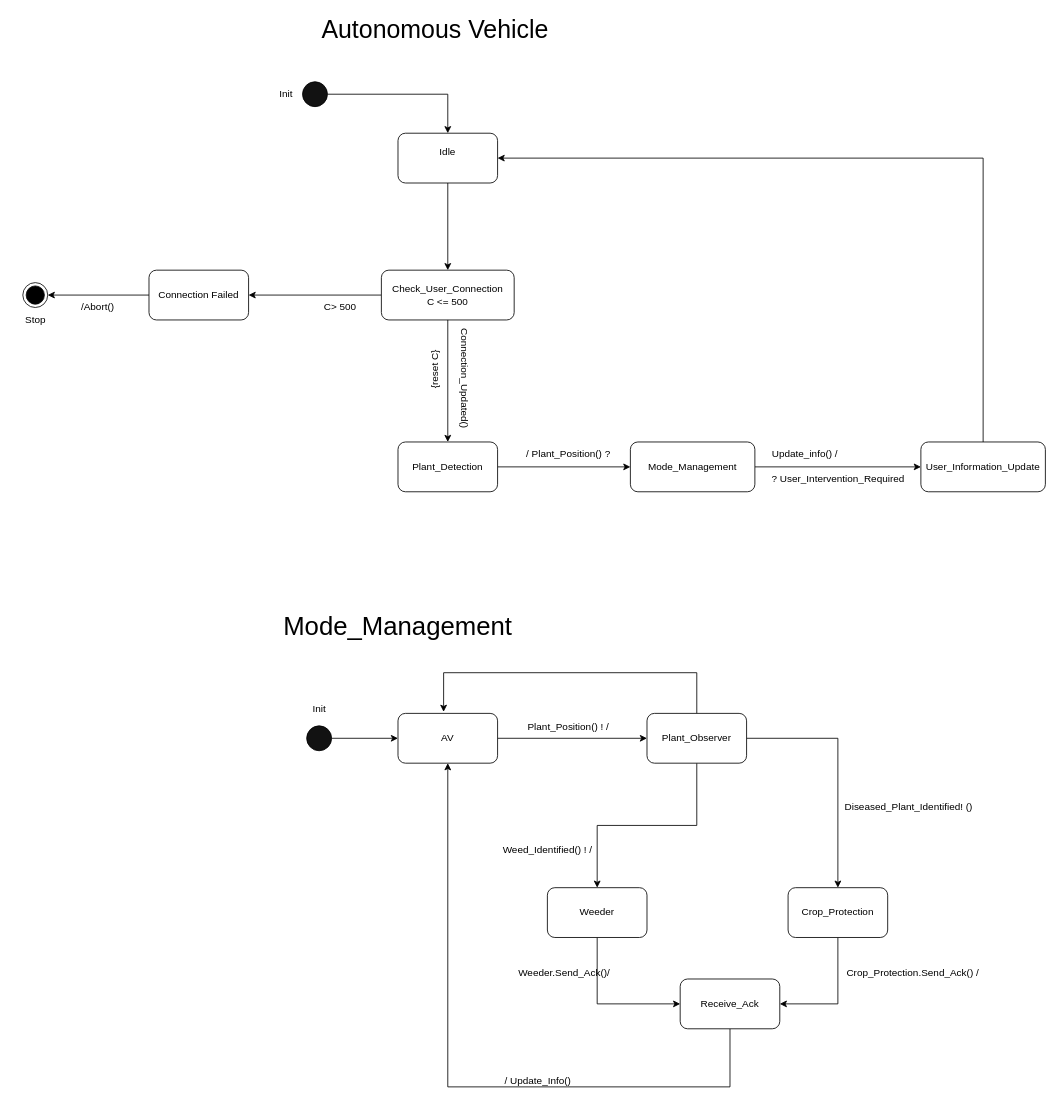
Before: Final_Project_Documents/MUML_Diagrams/Roles_AV.drawio in VibhaHippargi/SVDSH_Precision_Farming, a draw.io diagram. Source tidied: cells renumbered, new cells numbered last; positions are measured from the earlier drawing's top-left corner, leaving out a move shared by most shapes. Both pictures are drawn from the tidied source at 83%, with x=0, y=0 at pixel (14, 17).
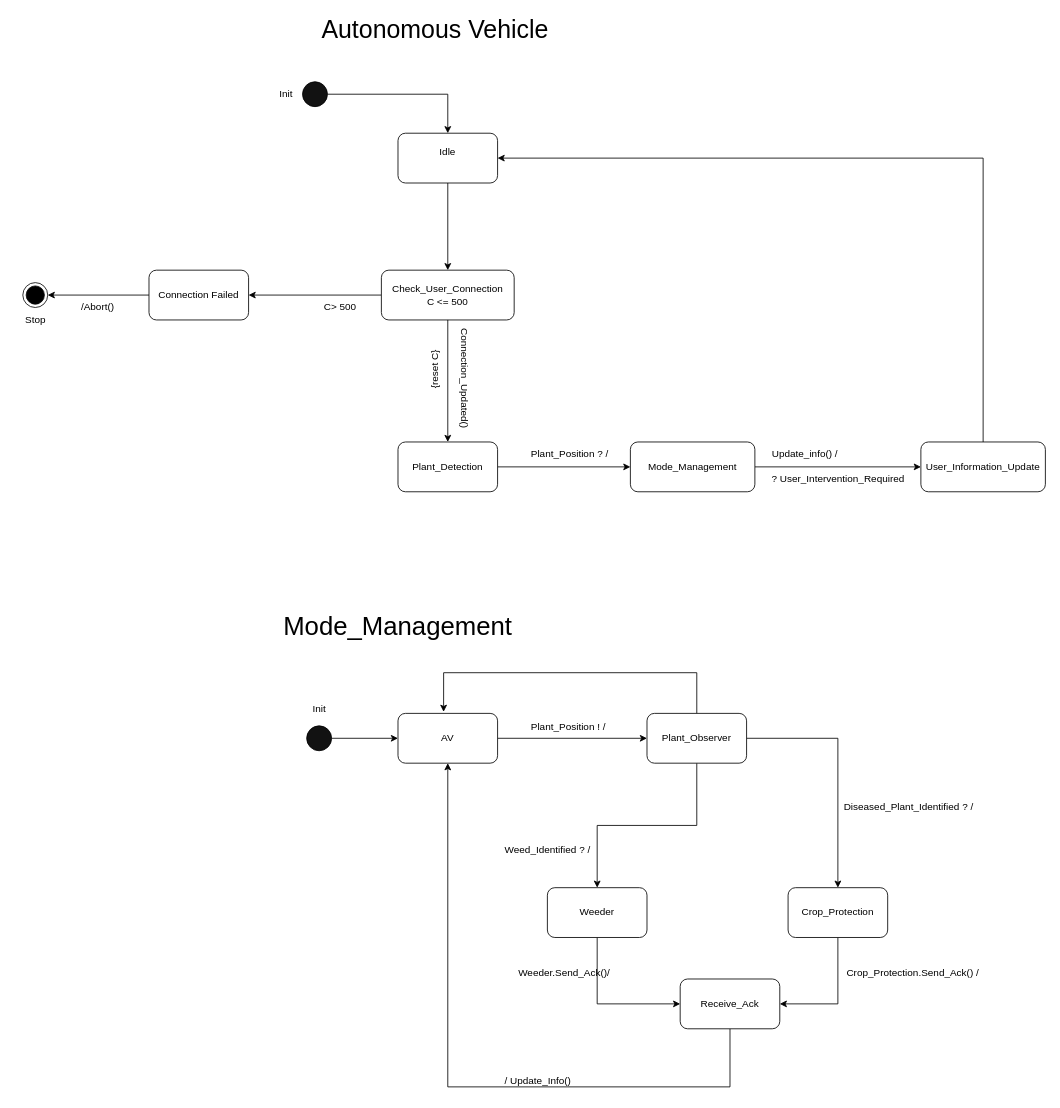
After the change.

The edit, as a diff of the source:
```diff
@@
-    <mxCell id="10" value="/ Plant_Position() ?" style="text;html=1;align=center;verticalAlign=middle;strokeColor=none;fillColor=none;" parent="1" vertex="1">
+    <mxCell id="10" value="&amp;nbsp;Plant_Position ? /" style="text;html=1;align=center;verticalAlign=middle;strokeColor=none;fillColor=none;" parent="1" vertex="1">
       <mxGeometry x="607" y="512" width="120" height="30" as="geometry" />
     </mxCell>
@@
-    <mxCell id="18" value="Plant_Position() ! /" style="text;html=1;align=center;verticalAlign=middle;strokeColor=none;fillColor=none;" parent="1" vertex="1">
-      <mxGeometry x="607" y="840" width="120" height="30" as="geometry" />
+    <mxCell id="18" value="Plant_Position ! /" style="text;html=1;align=center;verticalAlign=middle;strokeColor=none;fillColor=none;" parent="1" vertex="1">
+      <mxGeometry x="612" y="840" width="110" height="30" as="geometry" />
     </mxCell>
@@
-    <mxCell id="21" value="Weed_Identified() ! /" style="text;html=1;align=center;verticalAlign=middle;strokeColor=none;fillColor=none;" parent="1" vertex="1">
+    <mxCell id="21" value="Weed_Identified ? /" style="text;html=1;align=center;verticalAlign=middle;strokeColor=none;fillColor=none;" parent="1" vertex="1">
       <mxGeometry x="577" y="989" width="130" height="30" as="geometry" />
     </mxCell>
@@
-    <mxCell id="24" value="Diseased_Plant_Identified! ()" style="text;html=1;align=center;verticalAlign=middle;strokeColor=none;fillColor=none;" parent="1" vertex="1">
+    <mxCell id="24" value="Diseased_Plant_Identified ? /" style="text;html=1;align=center;verticalAlign=middle;strokeColor=none;fillColor=none;" parent="1" vertex="1">
       <mxGeometry x="987" y="937" width="180" height="30" as="geometry" />
     </mxCell>
```
